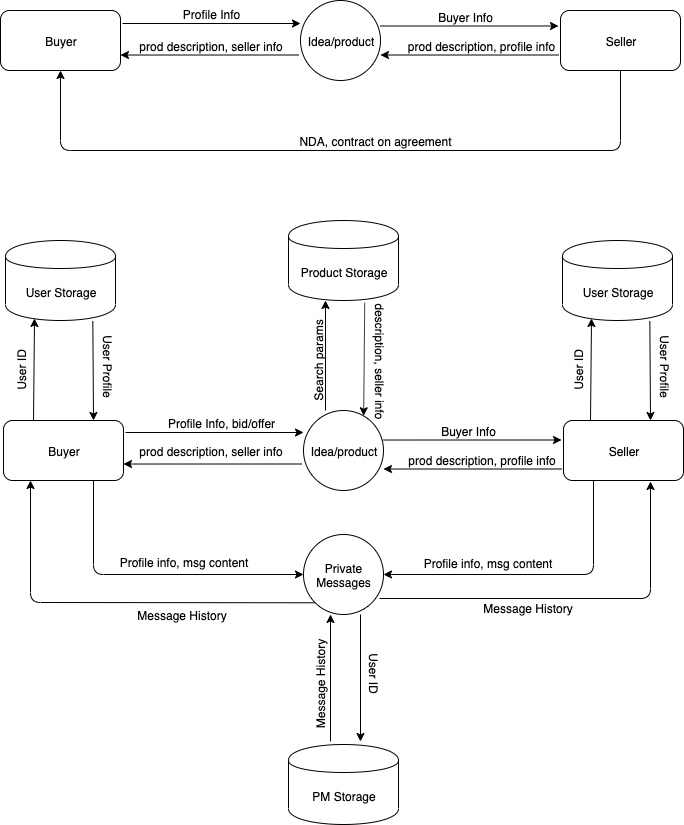
Earlier version of the draw.io export docs/DataFlow Diagram.png (haydenf/mern_final_app). Source tidied: cells renumbered, new cells last; positions are measured from the earlier drawing's top-left corner, leaving out a move shared by most shapes.
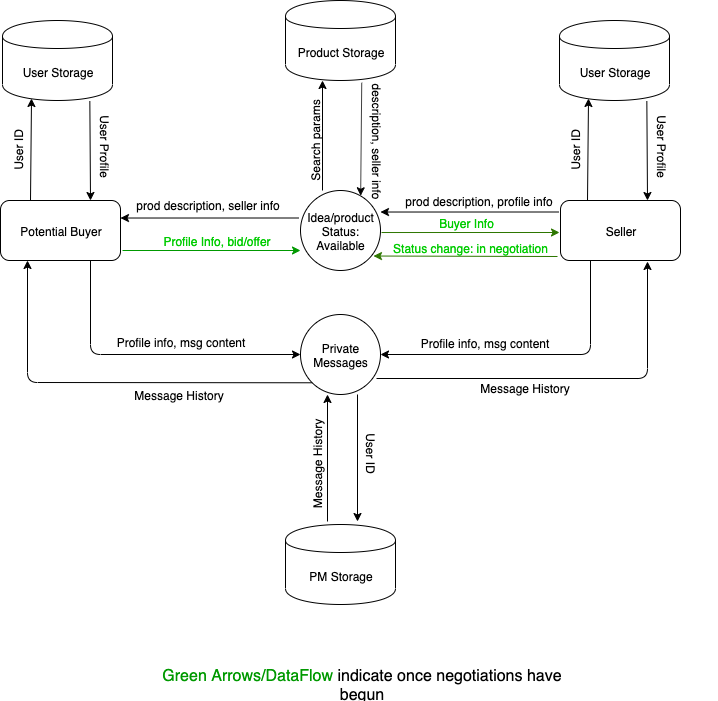
Above is the later version.

Commit message:
Added once negotiations have begun onto dataflow diagram

What changed in the source:
```diff
@@ -2,66 +2,19 @@
   <root>
     <mxCell id="0" />
     <mxCell id="1" parent="0" />
-    <mxCell id="2" value="Buyer" style="rounded=1;whiteSpace=wrap;html=1;" parent="1" vertex="1">
-      <mxGeometry x="10" y="10" width="120" height="60" as="geometry" />
-    </mxCell>
-    <mxCell id="3" value="Idea/product" style="ellipse;whiteSpace=wrap;html=1;" parent="1" vertex="1">
-      <mxGeometry x="310" width="80" height="80" as="geometry" />
-    </mxCell>
-    <mxCell id="4" value="Seller" style="rounded=1;whiteSpace=wrap;html=1;" parent="1" vertex="1">
-      <mxGeometry x="570" y="10" width="120" height="60" as="geometry" />
-    </mxCell>
-    <mxCell id="5" style="endArrow=classic;html=1;entryX=0;entryY=0.5;entryDx=0;entryDy=0;" parent="1" edge="1">
-      <mxGeometry relative="1" as="geometry">
-        <mxPoint x="132" y="23" as="sourcePoint" />
-        <mxPoint x="310" y="23" as="targetPoint" />
-      </mxGeometry>
-    </mxCell>
-    <mxCell id="6" style="endArrow=classic;html=1;entryX=0.5;entryY=1;entryDx=0;entryDy=0;exitX=0.5;exitY=1;exitDx=0;exitDy=0;" parent="1" edge="1" source="4" target="2">
-      <mxGeometry relative="1" as="geometry">
-        <Array as="points">
-          <mxPoint x="630" y="150" />
-          <mxPoint x="70" y="150" />
-        </Array>
-      </mxGeometry>
-    </mxCell>
-    <mxCell id="7" value="Profile Info" style="text;html=1;strokeColor=none;fillColor=none;align=center;verticalAlign=middle;whiteSpace=wrap;rounded=0;" parent="1" vertex="1">
-      <mxGeometry x="175" y="3" width="90" height="20" as="geometry" />
-    </mxCell>
-    <mxCell id="8" value="NDA, contract on agreement" style="text;html=1;strokeColor=none;fillColor=none;align=center;verticalAlign=middle;whiteSpace=wrap;rounded=0;" parent="1" vertex="1">
-      <mxGeometry x="220" y="130" width="330" height="20" as="geometry" />
-    </mxCell>
-    <mxCell id="9" style="endArrow=classic;html=1;exitX=1.017;exitY=0.117;exitDx=0;exitDy=0;exitPerimeter=0;entryX=0;entryY=0.3;entryDx=0;entryDy=0;entryPerimeter=0;" parent="1" edge="1">
-      <mxGeometry relative="1" as="geometry">
-        <mxPoint x="390" y="25.5" as="sourcePoint" />
-        <mxPoint x="568" y="25.5" as="targetPoint" />
-      </mxGeometry>
-    </mxCell>
-    <mxCell id="10" style="endArrow=classic;html=1;entryX=1.033;entryY=0.867;entryDx=0;entryDy=0;entryPerimeter=0;exitX=0;exitY=0.7;exitDx=0;exitDy=0;exitPerimeter=0;" parent="1" edge="1">
-      <mxGeometry relative="1" as="geometry">
-        <mxPoint x="568" y="54.5" as="sourcePoint" />
-        <mxPoint x="390" y="54.5" as="targetPoint" />
-      </mxGeometry>
-    </mxCell>
-    <mxCell id="11" value="prod description, profile info" style="text;html=1;strokeColor=none;fillColor=none;align=center;verticalAlign=middle;whiteSpace=wrap;rounded=0;" parent="1" vertex="1">
-      <mxGeometry x="400" y="35" width="180" height="20" as="geometry" />
-    </mxCell>
-    <mxCell id="12" value="Buyer Info" style="text;html=1;strokeColor=none;fillColor=none;align=center;verticalAlign=middle;whiteSpace=wrap;rounded=0;" parent="1" vertex="1">
-      <mxGeometry x="430" y="6" width="90" height="20" as="geometry" />
-    </mxCell>
     <mxCell id="13" value="Product Storage" style="shape=cylinder;whiteSpace=wrap;html=1;boundedLbl=1;backgroundOutline=1;" parent="1" vertex="1">
       <mxGeometry x="298" y="220" width="110" height="80" as="geometry" />
     </mxCell>
     <mxCell id="14" value="PM Storage" style="shape=cylinder;whiteSpace=wrap;html=1;boundedLbl=1;backgroundOutline=1;" parent="1" vertex="1">
       <mxGeometry x="298" y="744" width="110" height="80" as="geometry" />
     </mxCell>
-    <mxCell id="15" value="Buyer" style="rounded=1;whiteSpace=wrap;html=1;" parent="1" vertex="1">
+    <mxCell id="15" value="Potential Buyer" style="rounded=1;whiteSpace=wrap;html=1;" parent="1" vertex="1">
       <mxGeometry x="13" y="420" width="120" height="60" as="geometry" />
     </mxCell>
     <mxCell id="16" value="Seller" style="rounded=1;whiteSpace=wrap;html=1;" parent="1" vertex="1">
       <mxGeometry x="573" y="420" width="120" height="60" as="geometry" />
     </mxCell>
-    <mxCell id="17" value="Idea/product" style="ellipse;whiteSpace=wrap;html=1;" parent="1" vertex="1">
+    <mxCell id="17" value="Idea/product&lt;br&gt;Status: Available" style="ellipse;whiteSpace=wrap;html=1;" parent="1" vertex="1">
       <mxGeometry x="313" y="410" width="80" height="80" as="geometry" />
     </mxCell>
     <mxCell id="18" value="Private&lt;br&gt;Messages" style="ellipse;whiteSpace=wrap;html=1;" parent="1" vertex="1">
@@ -113,46 +66,28 @@
     <mxCell id="28" style="endArrow=classic;html=1;exitX=0.693;exitY=1.028;exitDx=0;exitDy=0;exitPerimeter=0;entryX=0.752;entryY=0.066;entryDx=0;entryDy=0;entryPerimeter=0;" parent="1" edge="1" source="13" target="17">
       <mxGeometry relative="1" as="geometry" />
     </mxCell>
-    <mxCell id="29" style="endArrow=classic;html=1;exitX=1.017;exitY=0.117;exitDx=0;exitDy=0;exitPerimeter=0;entryX=0;entryY=0.3;entryDx=0;entryDy=0;entryPerimeter=0;" parent="1" edge="1">
-      <mxGeometry relative="1" as="geometry">
-        <mxPoint x="393" y="439.5" as="sourcePoint" />
-        <mxPoint x="571" y="439.5" as="targetPoint" />
-      </mxGeometry>
-    </mxCell>
     <mxCell id="30" style="endArrow=classic;html=1;entryX=1.033;entryY=0.867;entryDx=0;entryDy=0;entryPerimeter=0;exitX=0;exitY=0.7;exitDx=0;exitDy=0;exitPerimeter=0;" parent="1" edge="1">
       <mxGeometry relative="1" as="geometry">
-        <mxPoint x="571" y="468.5" as="sourcePoint" />
-        <mxPoint x="393" y="468.5" as="targetPoint" />
+        <mxPoint x="571" y="431.5" as="sourcePoint" />
+        <mxPoint x="393" y="431.5" as="targetPoint" />
       </mxGeometry>
     </mxCell>
     <mxCell id="31" value="prod description, profile info" style="text;html=1;strokeColor=none;fillColor=none;align=center;verticalAlign=middle;whiteSpace=wrap;rounded=0;" parent="1" vertex="1">
-      <mxGeometry x="402" y="449" width="179" height="20" as="geometry" />
+      <mxGeometry x="402" y="410" width="179" height="20" as="geometry" />
     </mxCell>
-    <mxCell id="32" value="Buyer Info" style="text;html=1;strokeColor=none;fillColor=none;align=center;verticalAlign=middle;whiteSpace=wrap;rounded=0;" parent="1" vertex="1">
-      <mxGeometry x="433" y="420" width="90" height="20" as="geometry" />
-    </mxCell>
-    <mxCell id="33" style="endArrow=classic;html=1;entryX=1.033;entryY=0.867;entryDx=0;entryDy=0;entryPerimeter=0;exitX=0;exitY=0.7;exitDx=0;exitDy=0;exitPerimeter=0;" parent="1" edge="1">
-      <mxGeometry relative="1" as="geometry">
-        <mxPoint x="308" y="54.5" as="sourcePoint" />
-        <mxPoint x="130" y="54.5" as="targetPoint" />
-      </mxGeometry>
-    </mxCell>
-    <mxCell id="34" value="prod description, seller info" style="text;html=1;strokeColor=none;fillColor=none;align=center;verticalAlign=middle;whiteSpace=wrap;rounded=0;" parent="1" vertex="1">
-      <mxGeometry x="130" y="35" width="180" height="20" as="geometry" />
-    </mxCell>
-    <mxCell id="35" style="endArrow=classic;html=1;entryX=0;entryY=0.5;entryDx=0;entryDy=0;" parent="1" edge="1">
+    <mxCell id="35" style="endArrow=classic;html=1;entryX=0;entryY=0.5;entryDx=0;entryDy=0;fontColor=#00CC00;fillColor=#008a00;strokeColor=#009900;" parent="1" edge="1">
       <mxGeometry relative="1" as="geometry">
-        <mxPoint x="135" y="432" as="sourcePoint" />
-        <mxPoint x="313" y="432" as="targetPoint" />
+        <mxPoint x="135" y="470" as="sourcePoint" />
+        <mxPoint x="313" y="470" as="targetPoint" />
       </mxGeometry>
     </mxCell>
-    <mxCell id="36" value="Profile Info, bid/offer" style="text;html=1;strokeColor=none;fillColor=none;align=center;verticalAlign=middle;whiteSpace=wrap;rounded=0;" parent="1" vertex="1">
-      <mxGeometry x="150" y="412" width="160" height="20" as="geometry" />
+    <mxCell id="36" value="Profile Info, bid/offer" style="text;html=1;strokeColor=none;fillColor=none;align=center;verticalAlign=middle;whiteSpace=wrap;rounded=0;fontColor=#00CC00;" parent="1" vertex="1">
+      <mxGeometry x="165" y="450" width="130" height="20" as="geometry" />
     </mxCell>
     <mxCell id="37" style="endArrow=classic;html=1;entryX=1.033;entryY=0.867;entryDx=0;entryDy=0;entryPerimeter=0;exitX=0;exitY=0.7;exitDx=0;exitDy=0;exitPerimeter=0;" parent="1" edge="1">
       <mxGeometry relative="1" as="geometry">
-        <mxPoint x="311" y="463.5" as="sourcePoint" />
-        <mxPoint x="133" y="463.5" as="targetPoint" />
+        <mxPoint x="311" y="437.5" as="sourcePoint" />
+        <mxPoint x="133" y="437.5" as="targetPoint" />
       </mxGeometry>
     </mxCell>
     <mxCell id="38" value="description, seller info" style="text;html=1;strokeColor=none;fillColor=none;align=center;verticalAlign=middle;whiteSpace=wrap;rounded=0;rotation=90;" parent="1" vertex="1">
@@ -196,7 +131,7 @@
       <mxGeometry x="641" y="356" width="68" height="20" as="geometry" />
     </mxCell>
     <mxCell id="49" value="prod description, seller info" style="text;html=1;strokeColor=none;fillColor=none;align=center;verticalAlign=middle;whiteSpace=wrap;rounded=0;rotation=0;" parent="1" vertex="1">
-      <mxGeometry x="130" y="440" width="180" height="20" as="geometry" />
+      <mxGeometry x="130" y="414" width="180" height="20" as="geometry" />
     </mxCell>
     <mxCell id="50" value="Search params" style="text;html=1;strokeColor=none;fillColor=none;align=center;verticalAlign=middle;whiteSpace=wrap;rounded=0;rotation=-90;" parent="1" vertex="1">
       <mxGeometry x="277" y="350" width="100" height="20" as="geometry" />
@@ -223,5 +158,26 @@
     <mxCell id="54" value="Message History" style="text;html=1;strokeColor=none;fillColor=none;align=center;verticalAlign=middle;whiteSpace=wrap;rounded=0;" parent="1" vertex="1">
       <mxGeometry x="459" y="597" width="157" height="20" as="geometry" />
     </mxCell>
+    <mxCell id="55" style="endArrow=classic;html=1;exitX=1.017;exitY=0.117;exitDx=0;exitDy=0;exitPerimeter=0;entryX=0;entryY=0.3;entryDx=0;entryDy=0;entryPerimeter=0;fontColor=#00CC00;fillColor=#60a917;strokeColor=#2D7600;" parent="1" edge="1">
+      <mxGeometry relative="1" as="geometry">
+        <mxPoint x="394" y="452" as="sourcePoint" />
+        <mxPoint x="572" y="452" as="targetPoint" />
+      </mxGeometry>
+    </mxCell>
+    <mxCell id="56" value="Buyer Info" style="text;html=1;strokeColor=none;fillColor=none;align=center;verticalAlign=middle;whiteSpace=wrap;rounded=0;fontColor=#00CC00;" parent="1" vertex="1">
+      <mxGeometry x="434" y="432.5" width="90" height="20" as="geometry" />
+    </mxCell>
+    <mxCell id="57" style="endArrow=classic;html=1;entryX=1.033;entryY=0.867;entryDx=0;entryDy=0;entryPerimeter=0;fontColor=#00CC00;fillColor=#60a917;strokeColor=#2D7600;" parent="1" edge="1">
+      <mxGeometry relative="1" as="geometry">
+        <mxPoint x="570" y="476" as="sourcePoint" />
+        <mxPoint x="386" y="475.5" as="targetPoint" />
+      </mxGeometry>
+    </mxCell>
+    <mxCell id="58" value="Status change: in negotiation" style="text;html=1;strokeColor=none;fillColor=none;align=center;verticalAlign=middle;whiteSpace=wrap;rounded=0;fontColor=#00CC00;" parent="1" vertex="1">
+      <mxGeometry x="398" y="457" width="170" height="20" as="geometry" />
+    </mxCell>
+    <mxCell id="59" value="&lt;font style=&quot;font-size: 16px&quot; color=&quot;#009900&quot;&gt;Green Arrows/DataFlow&lt;/font&gt;&lt;font style=&quot;font-size: 16px&quot; color=&quot;#000000&quot;&gt; indicate once negotiations have begun&lt;/font&gt;" style="text;html=1;strokeColor=none;fillColor=none;align=center;verticalAlign=middle;whiteSpace=wrap;rounded=0;fontColor=#00CC00;" parent="1" vertex="1">
+      <mxGeometry x="20" y="870" width="710" height="50" as="geometry" />
+    </mxCell>
   </root>
 </mxGraphModel>
```
